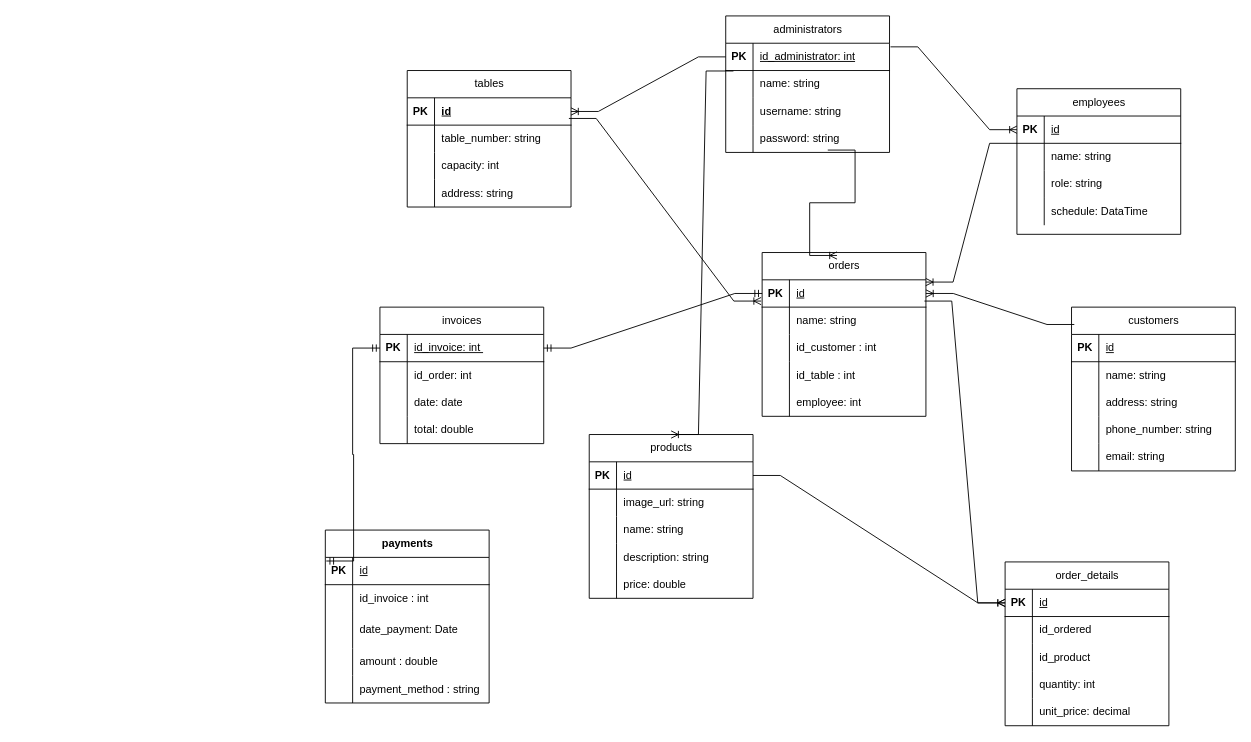
Above: page "ER" (2 of 3) of Documents/Diagrama sin título.drawio in KevinAlvarezD/RestAdmin (draw.io), before the change. Source tidied: cells renumbered, new cells numbered last; positions are measured from the earlier drawing's top-left corner, leaving out a move shared by most shapes. Both pictures are drawn from the tidied source at 91%, with x=0, y=0 at pixel (325, -230).
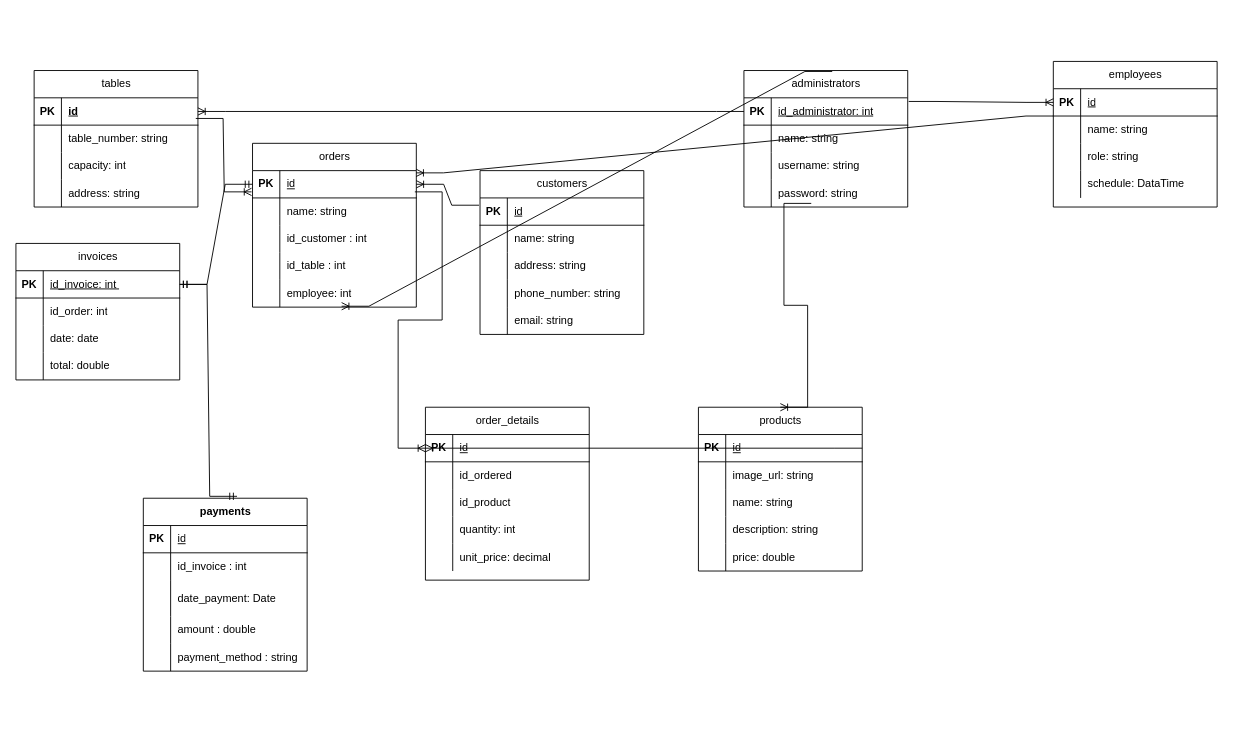
The same page after the edit.

Unchanged cells that the change refers to:
```xml
<mxCell id="3" style="shape=tableRow;horizontal=0;startSize=0;swimlaneHead=0;swimlaneBody=0;fillColor=none;points=[[0,0.5],[1,0.5]];portConstraint=eastwest;top=0;left=0;right=0;bottom=1;" parent="2" vertex="1">
  <mxGeometry y="30" width="180" height="30" as="geometry" />
</mxCell>
<mxCell id="16" style="shape=tableRow;horizontal=0;startSize=0;swimlaneHead=0;swimlaneBody=0;fillColor=none;points=[[0,0.5],[1,0.5]];portConstraint=eastwest;top=0;left=0;right=0;bottom=1;" parent="15" vertex="1">
  <mxGeometry y="30" width="180" height="30" as="geometry" />
</mxCell>
<mxCell id="32" style="shape=tableRow;horizontal=0;startSize=0;swimlaneHead=0;swimlaneBody=0;fillColor=none;points=[[0,0.5],[1,0.5]];portConstraint=eastwest;top=0;left=0;right=0;bottom=1;" parent="31" vertex="1">
  <mxGeometry y="30" width="180" height="30" as="geometry" />
</mxCell>
<mxCell id="44" style="shape=tableRow;horizontal=0;startSize=0;swimlaneHead=0;swimlaneBody=0;fillColor=none;points=[[0,0.5],[1,0.5]];portConstraint=eastwest;top=0;left=0;right=0;bottom=0;" parent="31" vertex="1">
  <mxGeometry y="150" width="180" height="30" as="geometry" />
</mxCell>
<mxCell id="77" style="shape=tableRow;horizontal=0;startSize=0;swimlaneHead=0;swimlaneBody=0;fillColor=none;points=[[0,0.5],[1,0.5]];portConstraint=eastwest;top=0;left=0;right=0;bottom=1;" parent="76" vertex="1">
  <mxGeometry y="30" width="180" height="30" as="geometry" />
</mxCell>
<mxCell id="109" style="shape=tableRow;horizontal=0;startSize=0;swimlaneHead=0;swimlaneBody=0;fillColor=none;points=[[0,0.5],[1,0.5]];portConstraint=eastwest;top=0;left=0;right=0;bottom=1;" parent="108" vertex="1">
  <mxGeometry y="30" width="180" height="30" as="geometry" />
</mxCell>
<mxCell id="118" style="shape=tableRow;horizontal=0;startSize=0;swimlaneHead=0;swimlaneBody=0;fillColor=none;points=[[0,0.5],[1,0.5]];portConstraint=eastwest;top=0;left=0;right=0;bottom=0;" parent="108" vertex="1">
  <mxGeometry y="120" width="180" height="30" as="geometry" />
</mxCell>
```

Change to the diagram source:
```diff
@@
     <mxCell id="2" value="&lt;span style=&quot;font-weight: 400;&quot;&gt;invoices&lt;/span&gt;" style="shape=table;startSize=30;childLayout=tableLayout;rowLines=0;fontStyle=1;align=center;html=1;" parent="1" vertex="1">
-      <mxGeometry x="60" y="590" width="180" height="150" as="geometry" />
+      <mxGeometry x="-340" y="520" width="180" height="150" as="geometry" />
     </mxCell>
@@
     <mxCell id="15" value="&lt;span style=&quot;font-weight: 400;&quot;&gt;customers&lt;/span&gt;" style="shape=table;startSize=30;childLayout=tableLayout;rowLines=0;fontStyle=1;align=center;html=1;" parent="1" vertex="1">
-      <mxGeometry x="820" y="590" width="180" height="180" as="geometry" />
+      <mxGeometry x="170" y="440" width="180" height="180" as="geometry" />
     </mxCell>
@@
     <mxCell id="31" value="&lt;span style=&quot;font-weight: 400;&quot;&gt;orders&lt;/span&gt;" style="shape=table;startSize=30;childLayout=tableLayout;rowLines=0;fontStyle=1;align=center;html=1;" parent="1" vertex="1">
-      <mxGeometry x="480" y="530" width="180" height="180" as="geometry" />
+      <mxGeometry x="-80" y="410" width="180" height="180" as="geometry" />
     </mxCell>
@@
     <mxCell id="47" value="&lt;span style=&quot;font-weight: 400;&quot;&gt;tables&lt;/span&gt;" style="shape=table;startSize=30;childLayout=tableLayout;rowLines=0;fontStyle=1;align=center;html=1;" parent="1" vertex="1">
-      <mxGeometry x="90" y="330" width="180" height="150" as="geometry" />
+      <mxGeometry x="-320" y="330" width="180" height="150" as="geometry" />
     </mxCell>
@@
     <mxCell id="60" value="&lt;span style=&quot;font-weight: 400;&quot;&gt;products&lt;/span&gt;" style="shape=table;startSize=30;childLayout=tableLayout;rowLines=0;fontStyle=1;align=center;html=1;" parent="1" vertex="1">
-      <mxGeometry x="290" y="730" width="180" height="180" as="geometry" />
+      <mxGeometry x="410" y="700" width="180" height="180" as="geometry" />
     </mxCell>
@@
     <mxCell id="76" value="payments" style="shape=table;startSize=30;childLayout=tableLayout;rowLines=0;fontStyle=1;align=center;html=1;" parent="1" vertex="1">
-      <mxGeometry y="835" width="180" height="190" as="geometry" />
+      <mxGeometry x="-200" y="800" width="180" height="190" as="geometry" />
     </mxCell>
@@
     <mxCell id="92" value="&lt;span style=&quot;font-weight: 400;&quot;&gt;order_details&lt;/span&gt;" style="shape=table;startSize=30;childLayout=tableLayout;rowLines=0;fontStyle=1;align=center;html=1;" parent="1" vertex="1">
-      <mxGeometry x="747" y="870" width="180" height="180" as="geometry" />
+      <mxGeometry x="110" y="700" width="180" height="190" as="geometry" />
     </mxCell>
@@
     <mxCell id="108" value="&lt;span style=&quot;font-weight: 400;&quot;&gt;administrators&lt;/span&gt;" style="shape=table;startSize=30;childLayout=tableLayout;rowLines=0;fontStyle=1;align=center;html=1;" parent="1" vertex="1">
-      <mxGeometry x="440" y="270" width="180" height="150" as="geometry" />
+      <mxGeometry x="460" y="330" width="180" height="150" as="geometry" />
     </mxCell>
@@
     <mxCell id="121" value="&lt;span style=&quot;font-weight: 400;&quot;&gt;employees&lt;/span&gt;" style="shape=table;startSize=30;childLayout=tableLayout;rowLines=0;fontStyle=1;align=center;html=1;" parent="1" vertex="1">
-      <mxGeometry x="760" y="350" width="180" height="160" as="geometry" />
+      <mxGeometry x="800" y="320" width="180" height="160" as="geometry" />
     </mxCell>
@@
-    <mxCell id="135" style="edgeStyle=entityRelationEdgeStyle;fontSize=12;html=1;endArrow=ERoneToMany;rounded=0;exitX=0.017;exitY=0.106;exitDx=0;exitDy=0;exitPerimeter=0;" parent="1" edge="1" source="15" target="32">
+    <mxCell id="135" style="edgeStyle=entityRelationEdgeStyle;fontSize=12;html=1;endArrow=ERoneToMany;rounded=0;exitX=-0.006;exitY=0.267;exitDx=0;exitDy=0;exitPerimeter=0;" parent="1" edge="1" source="16" target="32">
       <mxGeometry relative="1" as="geometry">
         <Array as="points">
           <mxPoint x="490" y="580" />
         </Array>
       </mxGeometry>
     </mxCell>
@@
-    <mxCell id="140" style="edgeStyle=entityRelationEdgeStyle;fontSize=12;html=1;endArrow=ERmandOne;startArrow=ERmandOne;rounded=0;entryX=0.006;entryY=0.133;entryDx=0;entryDy=0;entryPerimeter=0;" parent="1" edge="1" source="3" target="77">
+    <mxCell id="140" style="edgeStyle=entityRelationEdgeStyle;fontSize=12;html=1;endArrow=ERmandOne;startArrow=ERmandOne;rounded=0;entryX=0.572;entryY=-0.011;entryDx=0;entryDy=0;entryPerimeter=0;" parent="1" edge="1" source="3" target="76">
       <mxGeometry relative="1" as="geometry" />
     </mxCell>
-    <mxCell id="141" style="edgeStyle=entityRelationEdgeStyle;fontSize=12;html=1;endArrow=ERoneToMany;rounded=0;exitX=0.623;exitY=0.914;exitDx=0;exitDy=0;entryX=0.457;entryY=0.018;entryDx=0;entryDy=0;entryPerimeter=0;exitPerimeter=0;" parent="1" edge="1" source="118" target="31">
+    <mxCell id="141" style="edgeStyle=entityRelationEdgeStyle;fontSize=12;html=1;endArrow=ERoneToMany;rounded=0;exitX=0.539;exitY=0.007;exitDx=0;exitDy=0;exitPerimeter=0;entryX=0.544;entryY=0.967;entryDx=0;entryDy=0;entryPerimeter=0;" parent="1" edge="1" source="108" target="44">
       <mxGeometry relative="1" as="geometry">
         <Array as="points">
           <mxPoint x="330" />
+          <mxPoint x="300" y="560" />
+          <mxPoint x="100" y="580" />
+          <mxPoint x="290" y="589" />
+          <mxPoint x="300" y="660" />
           <mxPoint x="350" y="90" />
           <mxPoint x="360" y="60" />
         </Array>
       </mxGeometry>
     </mxCell>
@@
-    <mxCell id="144" style="edgeStyle=entityRelationEdgeStyle;fontSize=12;html=1;endArrow=ERoneToMany;rounded=0;exitX=0.047;exitY=1.017;exitDx=0;exitDy=0;exitPerimeter=0;entryX=0.5;entryY=0;entryDx=0;entryDy=0;" parent="1" edge="1" source="109" target="60">
+    <mxCell id="144" style="edgeStyle=entityRelationEdgeStyle;fontSize=12;html=1;endArrow=ERoneToMany;rounded=0;exitX=0.411;exitY=0.867;exitDx=0;exitDy=0;exitPerimeter=0;entryX=0.5;entryY=0;entryDx=0;entryDy=0;" parent="1" edge="1" source="118" target="60">
       <mxGeometry relative="1" as="geometry" />
     </mxCell>
```
